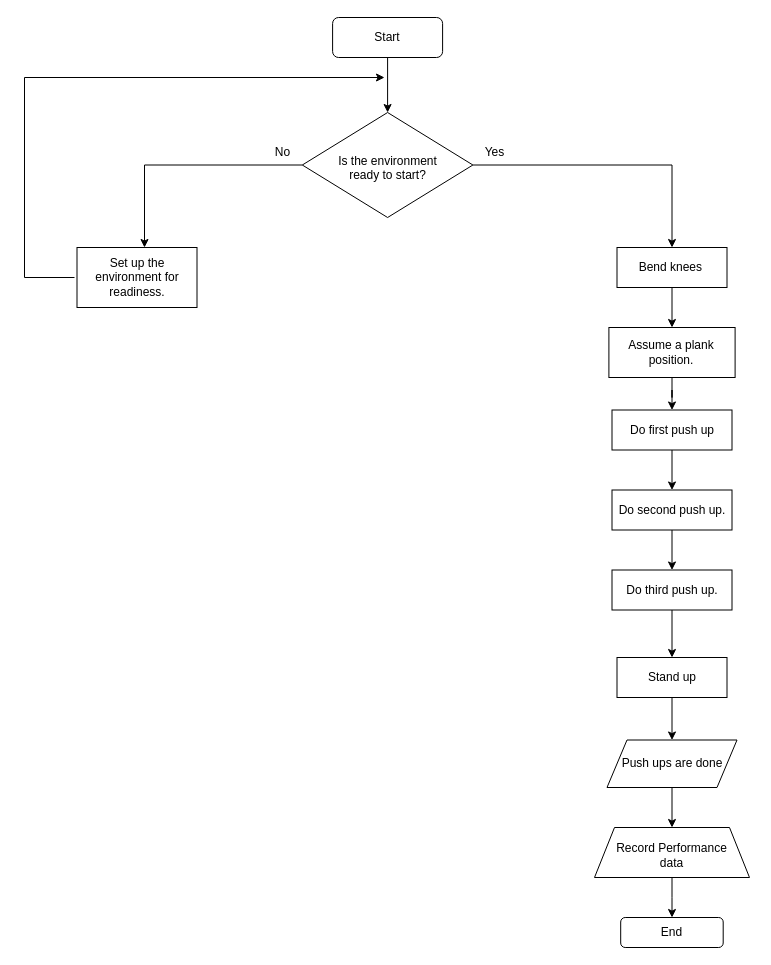
Before: LabProcedures.drawio in orchlonn/CS-325, a draw.io diagram. Source tidied: cells renumbered, new cells numbered last; positions are measured from the earlier drawing's top-left corner, leaving out a move shared by most shapes. Both pictures are drawn from the tidied source at 100%, with x=0, y=0 at pixel (24, 17).
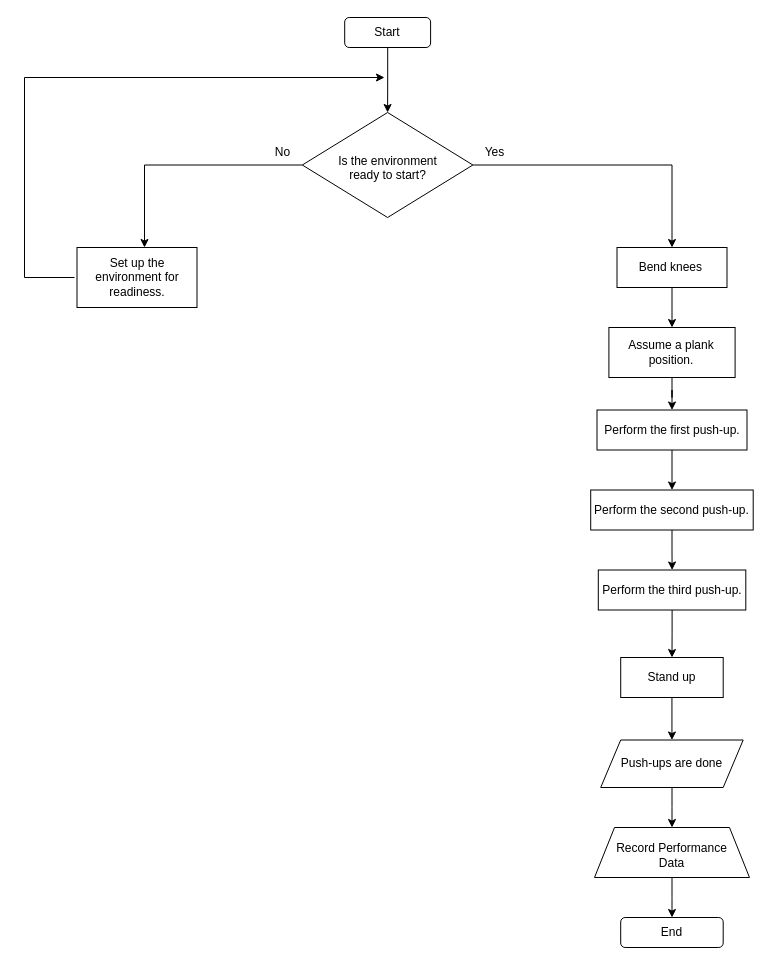
The same page after the edit.

Commit message:
styling improvements LabProcedures.drawio

Change to the diagram source:
```diff
@@
     <mxCell id="3" value="Start" style="rounded=1;whiteSpace=wrap;html=1;fontSize=12;glass=0;strokeWidth=1;shadow=0;" parent="1" vertex="1">
-      <mxGeometry x="308.1" width="110" height="40" as="geometry" />
+      <mxGeometry x="320.2" width="85.9" height="30" as="geometry" />
     </mxCell>
@@
-    <mxCell id="9" value="Do first push up" style="whiteSpace=wrap;html=1;rounded=0;" parent="1" vertex="1">
-      <mxGeometry x="587.5" y="392.5" width="120" height="40" as="geometry" />
+    <mxCell id="9" value="Perform the first push-up." style="whiteSpace=wrap;html=1;rounded=0;" parent="1" vertex="1">
+      <mxGeometry x="572.5" y="392.5" width="150" height="40" as="geometry" />
     </mxCell>
@@
-    <mxCell id="11" value="Do second push up." style="whiteSpace=wrap;html=1;rounded=0;" parent="1" vertex="1">
-      <mxGeometry x="587.5" y="472.5" width="120" height="40" as="geometry" />
+    <mxCell id="11" value="Perform the second push-up." style="whiteSpace=wrap;html=1;rounded=0;" parent="1" vertex="1">
+      <mxGeometry x="566.2" y="472.5" width="162.5" height="40" as="geometry" />
     </mxCell>
@@
-    <mxCell id="13" value="Do third push up." style="whiteSpace=wrap;html=1;rounded=0;" parent="1" vertex="1">
-      <mxGeometry x="587.5" y="552.5" width="120" height="40" as="geometry" />
+    <mxCell id="13" value="Perform the third push-up." style="whiteSpace=wrap;html=1;rounded=0;" parent="1" vertex="1">
+      <mxGeometry x="573.8" y="552.5" width="147.5" height="40" as="geometry" />
     </mxCell>
@@
     <mxCell id="15" value="Stand up" style="whiteSpace=wrap;html=1;rounded=0;" parent="1" vertex="1">
-      <mxGeometry x="592.5" y="640" width="110" height="40" as="geometry" />
+      <mxGeometry x="596.2" y="640" width="102.5" height="40" as="geometry" />
     </mxCell>
@@
-    <mxCell id="17" value="Push ups are done" style="shape=parallelogram;perimeter=parallelogramPerimeter;whiteSpace=wrap;html=1;fixedSize=1;rounded=0;" parent="1" vertex="1">
-      <mxGeometry x="582.5" y="722.5" width="130" height="47.5" as="geometry" />
+    <mxCell id="17" value="Push-ups are done" style="shape=parallelogram;perimeter=parallelogramPerimeter;whiteSpace=wrap;html=1;fixedSize=1;rounded=0;spacingLeft=5;spacingRight=5;" parent="1" vertex="1">
+      <mxGeometry x="576.2" y="722.5" width="142.5" height="47.5" as="geometry" />
     </mxCell>
@@
-    <mxCell id="19" value="Record Performance data" style="shape=trapezoid;perimeter=trapezoidPerimeter;whiteSpace=wrap;html=1;fixedSize=1;rounded=0;spacingLeft=10;spacingRight=10;spacingTop=5;" parent="1" vertex="1">
+    <mxCell id="19" value="Record Performance Data" style="shape=trapezoid;perimeter=trapezoidPerimeter;whiteSpace=wrap;html=1;fixedSize=1;rounded=0;spacingLeft=10;spacingRight=10;spacingTop=5;" parent="1" vertex="1">
       <mxGeometry x="570" y="810" width="155" height="50" as="geometry" />
     </mxCell>
```
